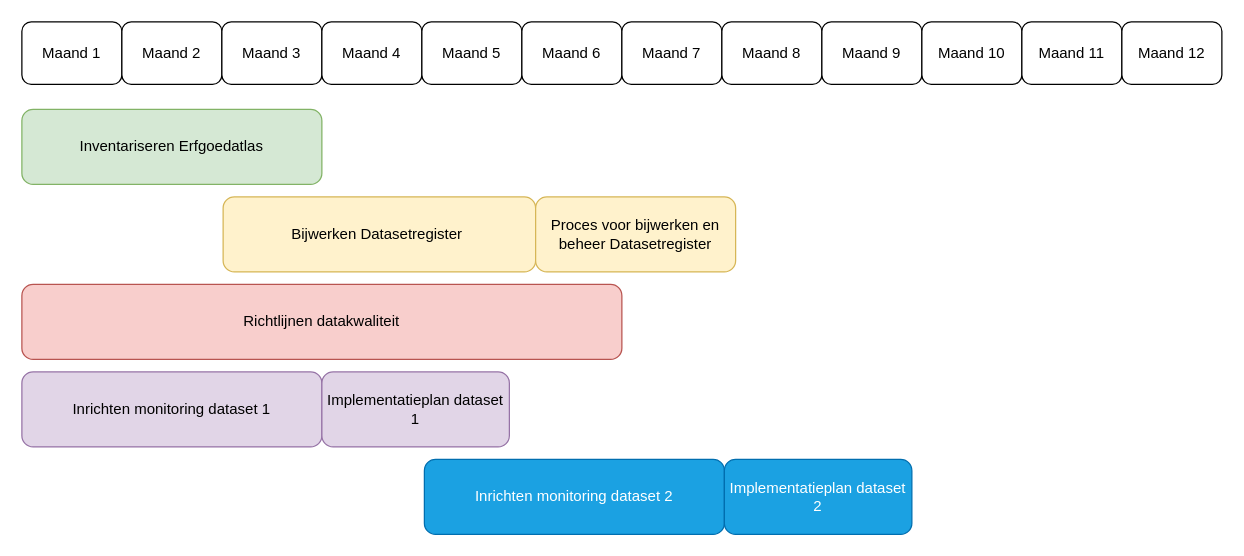
The draw.io diagram dnanl-planning.drawio in cultureelerfgoed/DNA_NL, before the edit. Source tidied: cells renumbered, new cells numbered last; positions are measured from the earlier drawing's top-left corner, leaving out a move shared by most shapes. Both pictures are drawn from the tidied source at 125%, with x=0, y=0 at pixel (21, 21).
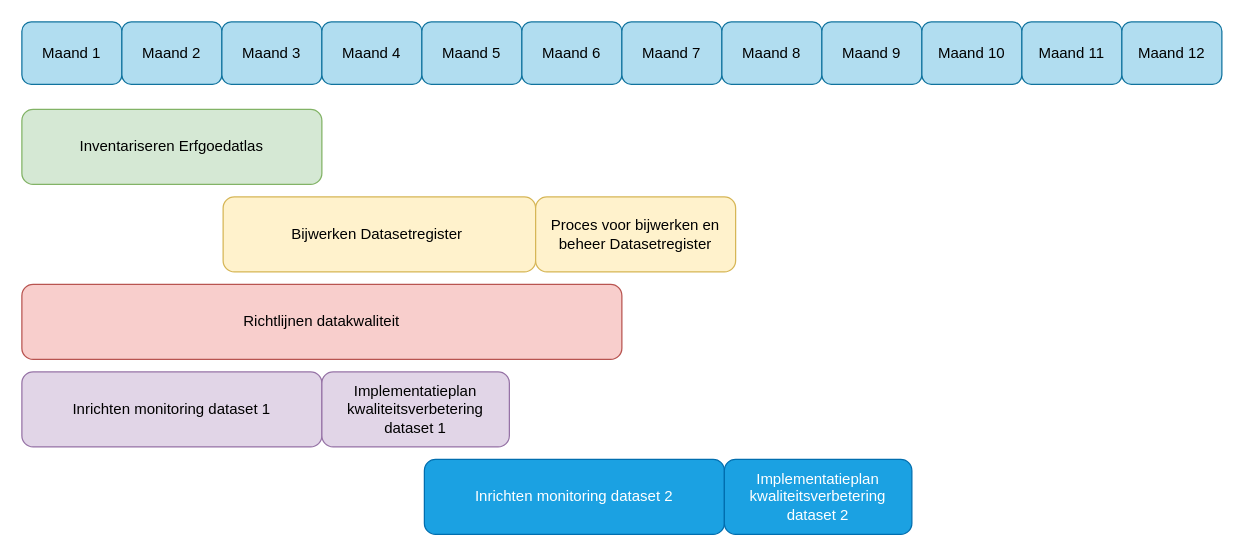
After the change.

Diff of the diagram source:
```diff
@@
-    <mxCell id="5" value="Maand 1" style="rounded=1;whiteSpace=wrap;html=1;" parent="1" vertex="1">
+    <mxCell id="5" value="Maand 1" style="rounded=1;whiteSpace=wrap;html=1;fillColor=#b1ddf0;strokeColor=#10739e;" parent="1" vertex="1">
       <mxGeometry width="80" height="50" as="geometry" />
     </mxCell>
-    <mxCell id="6" value="Maand 2" style="rounded=1;whiteSpace=wrap;html=1;" parent="1" vertex="1">
+    <mxCell id="6" value="Maand 2" style="rounded=1;whiteSpace=wrap;html=1;fillColor=#b1ddf0;strokeColor=#10739e;" parent="1" vertex="1">
       <mxGeometry x="80" width="80" height="50" as="geometry" />
     </mxCell>
-    <mxCell id="7" value="Maand 3" style="rounded=1;whiteSpace=wrap;html=1;" parent="1" vertex="1">
+    <mxCell id="7" value="Maand 3" style="rounded=1;whiteSpace=wrap;html=1;fillColor=#b1ddf0;strokeColor=#10739e;" parent="1" vertex="1">
       <mxGeometry x="160" width="80" height="50" as="geometry" />
     </mxCell>
-    <mxCell id="8" value="Maand 4" style="rounded=1;whiteSpace=wrap;html=1;" parent="1" vertex="1">
+    <mxCell id="8" value="Maand 4" style="rounded=1;whiteSpace=wrap;html=1;fillColor=#b1ddf0;strokeColor=#10739e;" parent="1" vertex="1">
       <mxGeometry x="240" width="80" height="50" as="geometry" />
     </mxCell>
-    <mxCell id="9" value="Maand 5" style="rounded=1;whiteSpace=wrap;html=1;" parent="1" vertex="1">
+    <mxCell id="9" value="Maand 5" style="rounded=1;whiteSpace=wrap;html=1;fillColor=#b1ddf0;strokeColor=#10739e;" parent="1" vertex="1">
       <mxGeometry x="320" width="80" height="50" as="geometry" />
     </mxCell>
-    <mxCell id="10" value="Maand 6" style="rounded=1;whiteSpace=wrap;html=1;" parent="1" vertex="1">
+    <mxCell id="10" value="Maand 6" style="rounded=1;whiteSpace=wrap;html=1;fillColor=#b1ddf0;strokeColor=#10739e;" parent="1" vertex="1">
       <mxGeometry x="400" width="80" height="50" as="geometry" />
     </mxCell>
-    <mxCell id="11" value="Maand 7" style="rounded=1;whiteSpace=wrap;html=1;" parent="1" vertex="1">
+    <mxCell id="11" value="Maand 7" style="rounded=1;whiteSpace=wrap;html=1;fillColor=#b1ddf0;strokeColor=#10739e;" parent="1" vertex="1">
       <mxGeometry x="480" width="80" height="50" as="geometry" />
     </mxCell>
-    <mxCell id="12" value="Maand 8" style="rounded=1;whiteSpace=wrap;html=1;" parent="1" vertex="1">
+    <mxCell id="12" value="Maand 8" style="rounded=1;whiteSpace=wrap;html=1;fillColor=#b1ddf0;strokeColor=#10739e;" parent="1" vertex="1">
       <mxGeometry x="560" width="80" height="50" as="geometry" />
     </mxCell>
-    <mxCell id="13" value="Maand 9" style="rounded=1;whiteSpace=wrap;html=1;" parent="1" vertex="1">
+    <mxCell id="13" value="Maand 9" style="rounded=1;whiteSpace=wrap;html=1;fillColor=#b1ddf0;strokeColor=#10739e;" parent="1" vertex="1">
       <mxGeometry x="640" width="80" height="50" as="geometry" />
     </mxCell>
-    <mxCell id="14" value="Maand 10" style="rounded=1;whiteSpace=wrap;html=1;" parent="1" vertex="1">
+    <mxCell id="14" value="Maand 10" style="rounded=1;whiteSpace=wrap;html=1;fillColor=#b1ddf0;strokeColor=#10739e;" parent="1" vertex="1">
       <mxGeometry x="720" width="80" height="50" as="geometry" />
     </mxCell>
-    <mxCell id="15" value="Maand 11" style="rounded=1;whiteSpace=wrap;html=1;" parent="1" vertex="1">
+    <mxCell id="15" value="Maand 11" style="rounded=1;whiteSpace=wrap;html=1;fillColor=#b1ddf0;strokeColor=#10739e;" parent="1" vertex="1">
       <mxGeometry x="800" width="80" height="50" as="geometry" />
     </mxCell>
-    <mxCell id="16" value="Maand 12" style="rounded=1;whiteSpace=wrap;html=1;" parent="1" vertex="1">
+    <mxCell id="16" value="Maand 12" style="rounded=1;whiteSpace=wrap;html=1;fillColor=#b1ddf0;strokeColor=#10739e;" parent="1" vertex="1">
       <mxGeometry x="880" width="80" height="50" as="geometry" />
     </mxCell>
@@
-    <mxCell id="18" value="Implementatieplan dataset 1" style="rounded=1;whiteSpace=wrap;html=1;fillColor=#e1d5e7;strokeColor=#9673a6;" parent="1" vertex="1">
+    <mxCell id="18" value="Implementatieplan kwaliteitsverbetering dataset 1" style="rounded=1;whiteSpace=wrap;html=1;fillColor=#e1d5e7;strokeColor=#9673a6;" parent="1" vertex="1">
       <mxGeometry x="240" y="280" width="150" height="60" as="geometry" />
     </mxCell>
@@
-    <mxCell id="20" value="Implementatieplan dataset 2" style="rounded=1;whiteSpace=wrap;html=1;fillColor=#1ba1e2;strokeColor=#006EAF;fontColor=#ffffff;" parent="1" vertex="1">
+    <mxCell id="20" value="Implementatieplan kwaliteitsverbetering dataset 2" style="rounded=1;whiteSpace=wrap;html=1;fillColor=#1ba1e2;strokeColor=#006EAF;fontColor=#ffffff;" parent="1" vertex="1">
       <mxGeometry x="562" y="350" width="150" height="60" as="geometry" />
     </mxCell>
```
